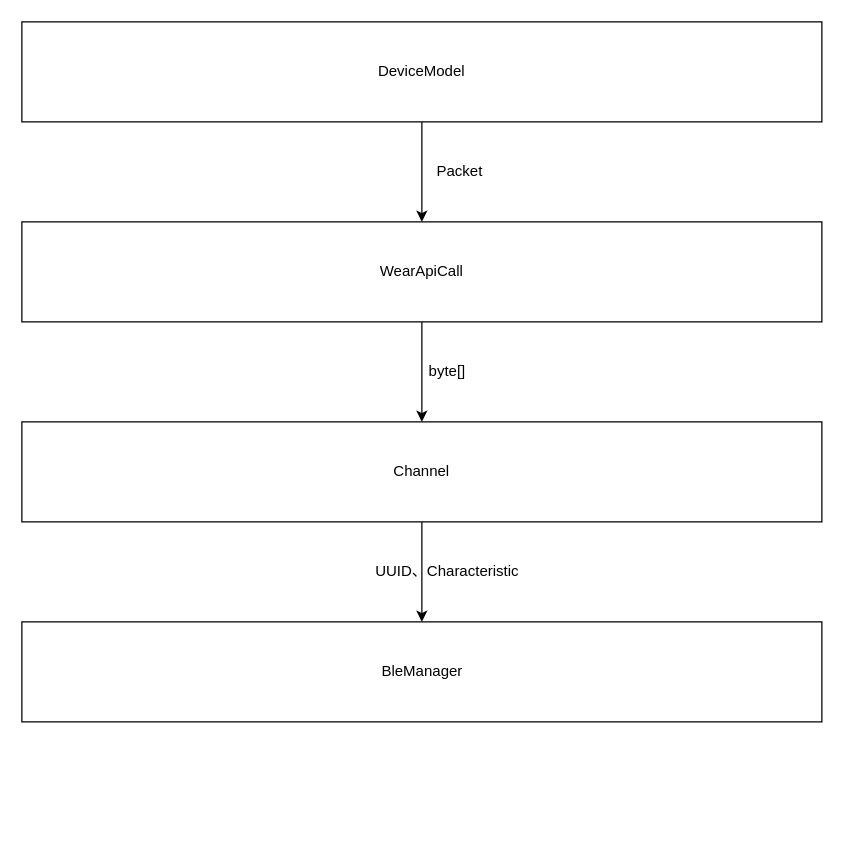
Before: page "Ble通讯结构图" (4 of 10) of mi_devices.drawio in qby/DrawIO, a draw.io diagram. Source tidied: cells renumbered, new cells numbered last; positions are measured from the earlier drawing's top-left corner, leaving out a move shared by most shapes. Both pictures are drawn from the tidied source at 125%, with x=0, y=0 at pixel (21, 21).
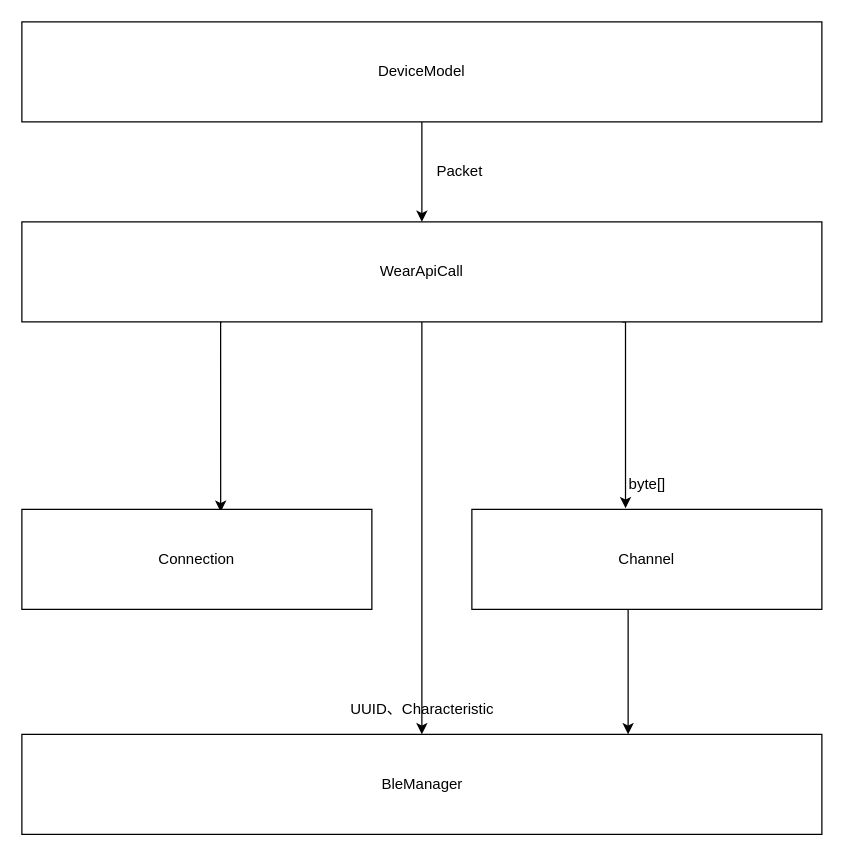
The same diagram, later.

The edit, as a diff of the source:
```diff
@@
 <mxGraphModel>
   <root>
     <mxCell id="0" />
     <mxCell id="1" parent="0" />
     <mxCell id="2" value="BleManager" style="html=1;" parent="1" vertex="1">
-      <mxGeometry y="480" width="640" height="80" as="geometry" />
+      <mxGeometry y="570" width="640" height="80" as="geometry" />
     </mxCell>
-    <mxCell id="3" style="edgeStyle=orthogonalEdgeStyle;rounded=0;jettySize=auto;html=1;entryX=0.5;entryY=0;entryDx=0;entryDy=0;" parent="1" edge="1" source="4" target="2">
-      <mxGeometry relative="1" as="geometry" />
-    </mxCell>
+    <mxCell id="12" style="edgeStyle=orthogonalEdgeStyle;rounded=0;jettySize=auto;html=1;" parent="1" edge="1" source="4">
+      <mxGeometry relative="1" as="geometry">
+        <mxPoint x="485" y="570" as="targetPoint" />
+        <Array as="points">
+          <mxPoint x="485" y="570" />
+        </Array>
+      </mxGeometry>
+    </mxCell>
     <mxCell id="4" value="Channel" style="whiteSpace=wrap;html=1;" parent="1" vertex="1">
-      <mxGeometry y="320" width="640" height="80" as="geometry" />
+      <mxGeometry x="360" y="390" width="280" height="80" as="geometry" />
     </mxCell>
     <mxCell id="5" value="UUID、Characteristic" style="text;html=1;align=center;verticalAlign=middle;" parent="1" vertex="1">
-      <mxGeometry x="275" y="430" width="130" height="20" as="geometry" />
+      <mxGeometry x="255" y="540" width="130" height="20" as="geometry" />
     </mxCell>
+    <mxCell id="13" style="edgeStyle=orthogonalEdgeStyle;rounded=0;jettySize=auto;html=1;entryX=0.5;entryY=0;entryDx=0;entryDy=0;" parent="1" edge="1" source="7" target="2">
+      <mxGeometry relative="1" as="geometry" />
+    </mxCell>
+    <mxCell id="14" style="edgeStyle=orthogonalEdgeStyle;rounded=0;jettySize=auto;html=1;exitX=0.25;exitY=1;exitDx=0;exitDy=0;entryX=0.568;entryY=0.025;entryDx=0;entryDy=0;entryPerimeter=0;" parent="1" edge="1" source="7" target="15">
+      <mxGeometry relative="1" as="geometry">
+        <Array as="points">
+          <mxPoint x="159" y="240" />
+        </Array>
+      </mxGeometry>
+    </mxCell>
-    <mxCell id="6" style="edgeStyle=orthogonalEdgeStyle;rounded=0;jettySize=auto;html=1;entryX=0.5;entryY=0;entryDx=0;entryDy=0;" parent="1" edge="1" source="7" target="4">
-      <mxGeometry relative="1" as="geometry" />
+    <mxCell id="6" style="edgeStyle=orthogonalEdgeStyle;rounded=0;jettySize=auto;html=1;exitX=0.75;exitY=1;exitDx=0;exitDy=0;entryX=0.439;entryY=-0.012;entryDx=0;entryDy=0;entryPerimeter=0;" parent="1" edge="1" source="7" target="4">
+      <mxGeometry relative="1" as="geometry">
+        <Array as="points">
+          <mxPoint x="483" y="240" />
+        </Array>
+      </mxGeometry>
     </mxCell>
     <mxCell id="7" value="WearApiCall" style="whiteSpace=wrap;html=1;" parent="1" vertex="1">
       <mxGeometry y="160" width="640" height="80" as="geometry" />
     </mxCell>
     <mxCell id="8" value="byte[]" style="text;html=1;align=center;verticalAlign=middle;" parent="1" vertex="1">
-      <mxGeometry x="320" y="270" width="40" height="20" as="geometry" />
+      <mxGeometry x="480" y="360" width="40" height="20" as="geometry" />
     </mxCell>
     <mxCell id="9" style="edgeStyle=orthogonalEdgeStyle;rounded=0;jettySize=auto;html=1;entryX=0.5;entryY=0;entryDx=0;entryDy=0;" parent="1" edge="1" source="10" target="7">
       <mxGeometry relative="1" as="geometry" />
     </mxCell>
     <mxCell id="10" value="DeviceModel" style="whiteSpace=wrap;html=1;" parent="1" vertex="1">
       <mxGeometry width="640" height="80" as="geometry" />
     </mxCell>
     <mxCell id="11" value="Packet" style="text;html=1;align=center;verticalAlign=middle;" parent="1" vertex="1">
       <mxGeometry x="325" y="110" width="50" height="20" as="geometry" />
     </mxCell>
+    <mxCell id="15" value="Connection" style="whiteSpace=wrap;html=1;" parent="1" vertex="1">
+      <mxGeometry y="390" width="280" height="80" as="geometry" />
+    </mxCell>
   </root>
 </mxGraphModel>
```
